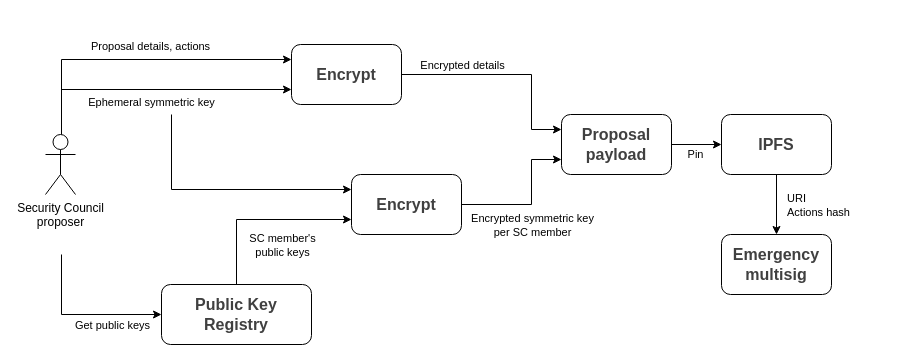
The draw.io diagram page "Emergency proposal encryption" (5 of 6) of dao-flows.drawio in aragon/taiko-contracts, before the edit. Source tidied: cells renumbered, new cells numbered last; positions are measured from the earlier drawing's top-left corner, leaving out a move shared by most shapes. Both pictures are drawn from the tidied source at 100%, with x=0, y=0 at pixel (45, 44).
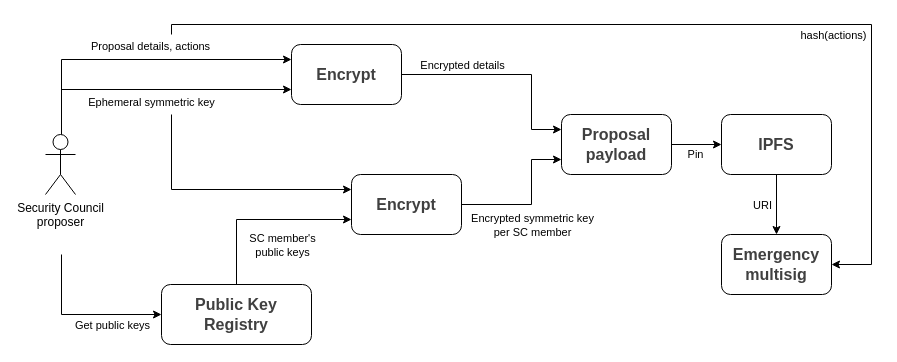
The same diagram, later.

The change refers to these unchanged cells:
```xml
<mxCell id="22" style="edgeStyle=orthogonalEdgeStyle;rounded=0;jettySize=auto;html=1;entryX=0.5;entryY=0;entryDx=0;entryDy=0;" parent="1" edge="1" source="24" target="25">
  <mxGeometry relative="1" as="geometry" />
</mxCell>
<mxCell id="25" value="&lt;font color=&quot;#404040&quot;&gt;&lt;span style=&quot;font-size: 16px;&quot;&gt;&lt;b&gt;Emergency multisig&lt;/b&gt;&lt;/span&gt;&lt;/font&gt;" style="rounded=1;whiteSpace=wrap;html=1;" parent="1" vertex="1">
  <mxGeometry x="676" y="190" width="110" height="60" as="geometry" />
</mxCell>
```

What changed in the source:
```diff
@@
+    <mxCell id="26" style="edgeStyle=orthogonalEdgeStyle;rounded=0;jettySize=auto;html=1;entryX=1;entryY=0.5;entryDx=0;entryDy=0;" parent="1" edge="1" target="25">
+      <mxGeometry relative="1" as="geometry">
+        <mxPoint x="126" y="-10" as="sourcePoint" />
+        <Array as="points">
+          <mxPoint x="126" y="-20" />
+          <mxPoint x="826" y="-20" />
+          <mxPoint x="826" y="220" />
+        </Array>
+      </mxGeometry>
+    </mxCell>
+    <mxCell id="27" value="&lt;span style=&quot;text-align: left;&quot;&gt;hash(actions)&lt;/span&gt;" style="edgeLabel;html=1;align=center;verticalAlign=middle;" parent="26" vertex="1">
+      <mxGeometry x="0.23" y="-1" relative="1" as="geometry">
+        <mxPoint x="62" y="9" as="offset" />
+      </mxGeometry>
+    </mxCell>
@@
-    <mxCell id="23" value="URI&lt;div&gt;Actions hash&lt;/div&gt;" style="edgeLabel;html=1;align=left;verticalAlign=middle;" parent="22" vertex="1">
+    <mxCell id="23" value="URI" style="edgeLabel;html=1;align=left;verticalAlign=middle;" parent="22" vertex="1">
       <mxGeometry x="-0.05" y="2" relative="1" as="geometry">
-        <mxPoint x="7" y="1" as="offset" />
+        <mxPoint x="-27" y="1" as="offset" />
       </mxGeometry>
     </mxCell>
```
